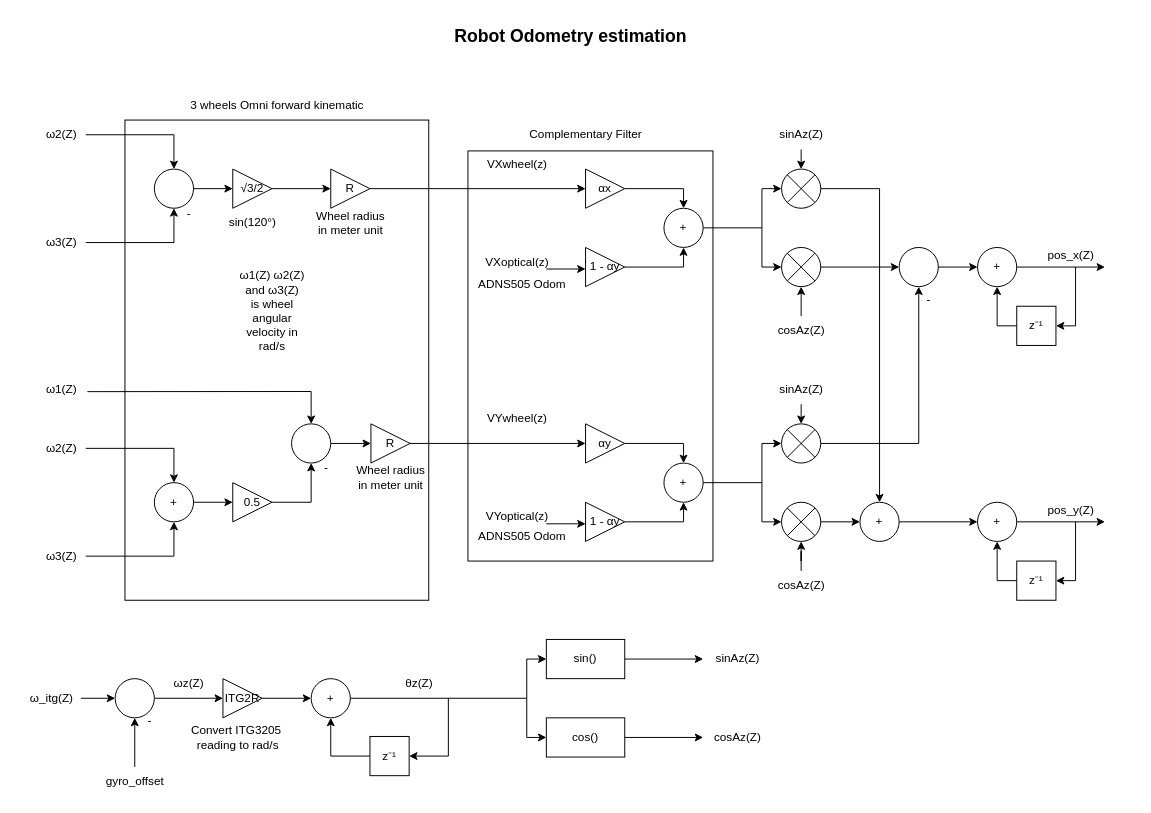
Above: page "Odometry" (2 of 6) of Documents/iRob_maneuv3r.drawio in E12-CO/iRob-bot (draw.io), before the change. Source tidied: cells renumbered, new cells numbered last; positions are measured from the earlier drawing's top-left corner, leaving out a move shared by most shapes. Both pictures are drawn from the tidied source at 98%, with x=0, y=0 at pixel (17, 22).
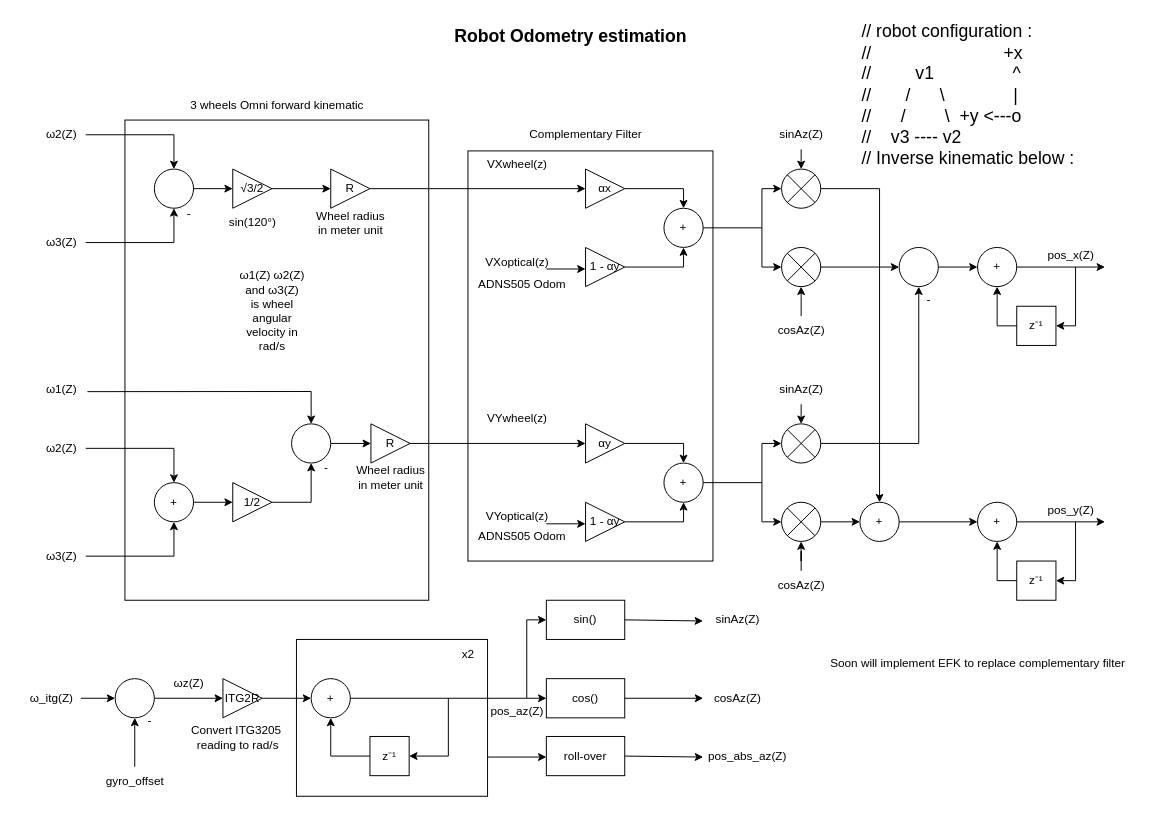
The same diagram, later.

Diff of the diagram source:
```diff
@@
+    <mxCell id="127" style="rounded=0;whiteSpace=wrap;html=1;fillColor=none;" parent="1" vertex="1">
+      <mxGeometry x="285" y="630" width="195" height="160" as="geometry" />
+    </mxCell>
@@
-    <mxCell id="33" value="0.5" style="triangle;whiteSpace=wrap;html=1;" parent="1" vertex="1">
+    <mxCell id="33" value="1/2" style="triangle;whiteSpace=wrap;html=1;" parent="1" vertex="1">
       <mxGeometry x="220" y="470" width="40" height="40" as="geometry" />
     </mxCell>
@@
-    <mxCell id="62" value="θz(Z)" style="text;html=1;align=center;verticalAlign=middle;strokeColor=none;fillColor=none;" parent="1" vertex="1">
-      <mxGeometry x="385" y="660" width="50" height="30" as="geometry" />
+    <mxCell id="62" value="pos_az(Z)" style="text;html=1;align=center;verticalAlign=middle;strokeColor=none;fillColor=none;" parent="1" vertex="1">
+      <mxGeometry x="470" y="689" width="80" height="30" as="geometry" />
     </mxCell>
@@
     <mxCell id="86" value="sin()" style="rounded=0;whiteSpace=wrap;html=1;" parent="1" vertex="1">
-      <mxGeometry x="540" y="630" width="80" height="40" as="geometry" />
+      <mxGeometry x="540" y="590" width="80" height="40" as="geometry" />
     </mxCell>
     <mxCell id="87" value="cos()" style="rounded=0;whiteSpace=wrap;html=1;" parent="1" vertex="1">
-      <mxGeometry x="540" y="710" width="80" height="40" as="geometry" />
+      <mxGeometry x="540" y="670" width="80" height="40" as="geometry" />
     </mxCell>
@@
     <mxCell id="89" style="endArrow=classic;html=1;rounded=0;entryX=0;entryY=0.5;entryDx=0;entryDy=0;" parent="1" edge="1" target="86">
       <mxGeometry relative="1" as="geometry">
         <mxPoint x="520" y="690" as="sourcePoint" />
         <Array as="points">
-          <mxPoint x="520" y="650" />
+          <mxPoint x="520" y="610" />
         </Array>
       </mxGeometry>
     </mxCell>
     <mxCell id="90" style="endArrow=classic;html=1;rounded=0;entryX=0;entryY=0.5;entryDx=0;entryDy=0;" parent="1" edge="1" target="87">
       <mxGeometry relative="1" as="geometry">
         <mxPoint x="520" y="690" as="sourcePoint" />
-        <Array as="points">
-          <mxPoint x="520" y="730" />
-        </Array>
       </mxGeometry>
     </mxCell>
-    <mxCell id="91" style="endArrow=classic;html=1;rounded=0;exitX=1;exitY=0.5;exitDx=0;exitDy=0;" parent="1" edge="1" source="86">
-      <mxGeometry relative="1" as="geometry">
-        <mxPoint x="700" y="650" as="targetPoint" />
-      </mxGeometry>
+    <mxCell id="91" style="endArrow=classic;html=1;rounded=0;exitX=1;exitY=0.5;exitDx=0;exitDy=0;entryX=-0.002;entryY=0.539;entryDx=0;entryDy=0;entryPerimeter=0;" parent="1" edge="1" source="86" target="93">
+      <mxGeometry relative="1" as="geometry" />
     </mxCell>
     <mxCell id="92" style="endArrow=classic;html=1;rounded=0;exitX=1;exitY=0.5;exitDx=0;exitDy=0;" parent="1" edge="1" source="87">
       <mxGeometry relative="1" as="geometry">
-        <mxPoint x="700" y="730" as="targetPoint" />
+        <mxPoint x="700" y="690" as="targetPoint" />
       </mxGeometry>
     </mxCell>
     <mxCell id="93" value="sinAz(Z)" style="text;html=1;align=center;verticalAlign=middle;points=[];strokeColor=none;fillColor=none;" parent="1" vertex="1">
-      <mxGeometry x="700" y="635" width="70" height="30" as="geometry" />
+      <mxGeometry x="700" y="595" width="70" height="30" as="geometry" />
     </mxCell>
     <mxCell id="94" value="cosAz(Z)" style="text;html=1;align=center;verticalAlign=middle;strokeColor=none;fillColor=none;" parent="1" vertex="1">
-      <mxGeometry x="700" y="715" width="70" height="30" as="geometry" />
+      <mxGeometry x="700" y="675" width="70" height="30" as="geometry" />
     </mxCell>
@@
+    <mxCell id="128" value="Soon will implement EFK to replace complementary filter" style="text;html=1;align=center;verticalAlign=middle;strokeColor=none;fillColor=none;" parent="1" vertex="1">
+      <mxGeometry x="820" y="640" width="320" height="30" as="geometry" />
+    </mxCell>
+    <mxCell id="129" value="x2" style="text;html=1;align=center;verticalAlign=middle;strokeColor=none;fillColor=none;" parent="1" vertex="1">
+      <mxGeometry x="440" y="630" width="40" height="30" as="geometry" />
+    </mxCell>
+    <mxCell id="130" style="endArrow=classic;html=1;rounded=0;exitX=1;exitY=0.75;exitDx=0;exitDy=0;" parent="1" edge="1" source="127">
+      <mxGeometry relative="1" as="geometry">
+        <mxPoint x="540" y="750" as="targetPoint" />
+      </mxGeometry>
+    </mxCell>
+    <mxCell id="131" value="pos_abs_az(Z)" style="text;html=1;align=center;verticalAlign=middle;strokeColor=none;fillColor=none;" parent="1" vertex="1">
+      <mxGeometry x="695" y="734" width="100" height="30" as="geometry" />
+    </mxCell>
+    <mxCell id="132" value="roll-over" style="rounded=0;whiteSpace=wrap;html=1;" parent="1" vertex="1">
+      <mxGeometry x="540" y="729" width="80" height="40" as="geometry" />
+    </mxCell>
+    <mxCell id="133" style="endArrow=classic;html=1;rounded=0;exitX=1;exitY=0.5;exitDx=0;exitDy=0;" parent="1" edge="1" source="132">
+      <mxGeometry relative="1" as="geometry">
+        <mxPoint x="700" y="750" as="targetPoint" />
+      </mxGeometry>
+    </mxCell>
+    <mxCell id="134" value="&lt;div style=&quot;font-size: 18px;&quot;&gt;&lt;font style=&quot;font-size: 18px;&quot;&gt;// robot configuration :&lt;/font&gt;&lt;/div&gt;&lt;div style=&quot;font-size: 18px;&quot;&gt;&lt;font style=&quot;font-size: 18px;&quot;&gt;//&amp;nbsp; &amp;nbsp; &amp;nbsp; &amp;nbsp; &amp;nbsp; &amp;nbsp; &amp;nbsp; &amp;nbsp; &amp;nbsp; &amp;nbsp; &amp;nbsp; &amp;nbsp; &amp;nbsp; &amp;nbsp;+x&lt;/font&gt;&lt;/div&gt;&lt;div style=&quot;font-size: 18px;&quot;&gt;&lt;font style=&quot;font-size: 18px;&quot;&gt;//&amp;nbsp; &amp;nbsp; &amp;nbsp; &amp;nbsp; &amp;nbsp;v1&amp;nbsp; &amp;nbsp; &amp;nbsp; &amp;nbsp; &amp;nbsp; &amp;nbsp; &amp;nbsp; &amp;nbsp; ^&lt;/font&gt;&lt;/div&gt;&lt;div style=&quot;font-size: 18px;&quot;&gt;&lt;font style=&quot;font-size: 18px;&quot;&gt;//&amp;nbsp; &amp;nbsp; &amp;nbsp; &amp;nbsp;/&amp;nbsp; &amp;nbsp; &amp;nbsp; \&amp;nbsp; &amp;nbsp; &amp;nbsp; &amp;nbsp; &amp;nbsp; &amp;nbsp; &amp;nbsp; |&lt;/font&gt;&lt;/div&gt;&lt;div style=&quot;font-size: 18px;&quot;&gt;&lt;font style=&quot;font-size: 18px;&quot;&gt;//&amp;nbsp; &amp;nbsp; &amp;nbsp; /&amp;nbsp; &amp;nbsp; &amp;nbsp; &amp;nbsp; \&amp;nbsp; +y &amp;lt;---o&lt;/font&gt;&lt;/div&gt;&lt;div style=&quot;font-size: 18px;&quot;&gt;&lt;font style=&quot;font-size: 18px;&quot;&gt;//&amp;nbsp; &amp;nbsp; v3 ---- v2&lt;/font&gt;&lt;/div&gt;&lt;div style=&quot;font-size: 18px;&quot;&gt;&lt;font style=&quot;font-size: 18px;&quot;&gt;// Inverse kinematic below :&lt;/font&gt;&lt;/div&gt;" style="text;html=1;align=left;verticalAlign=middle;strokeColor=none;fillColor=none;" parent="1" vertex="1">
+      <mxGeometry x="860" y="-5" width="240" height="160" as="geometry" />
+    </mxCell>
```
